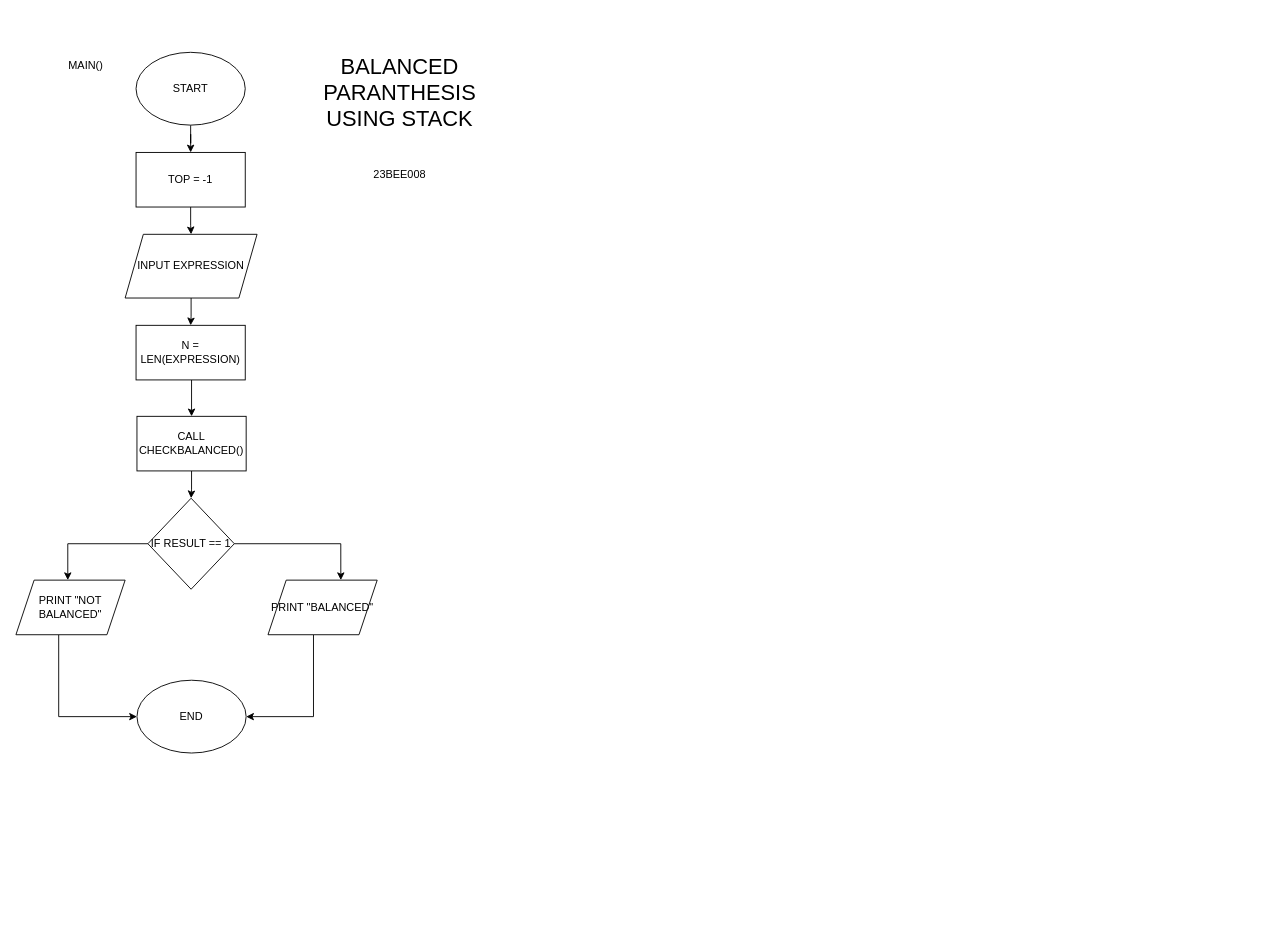
Before: BALANCED_PARANTHESIS.drawio in ahamril2265/DSA-LABS, a draw.io diagram. Source tidied: cells renumbered, new cells numbered last; positions are measured from the earlier drawing's top-left corner, leaving out a move shared by most shapes. Both pictures are drawn from the tidied source at 91%, with x=0, y=0 at pixel (15, 52).
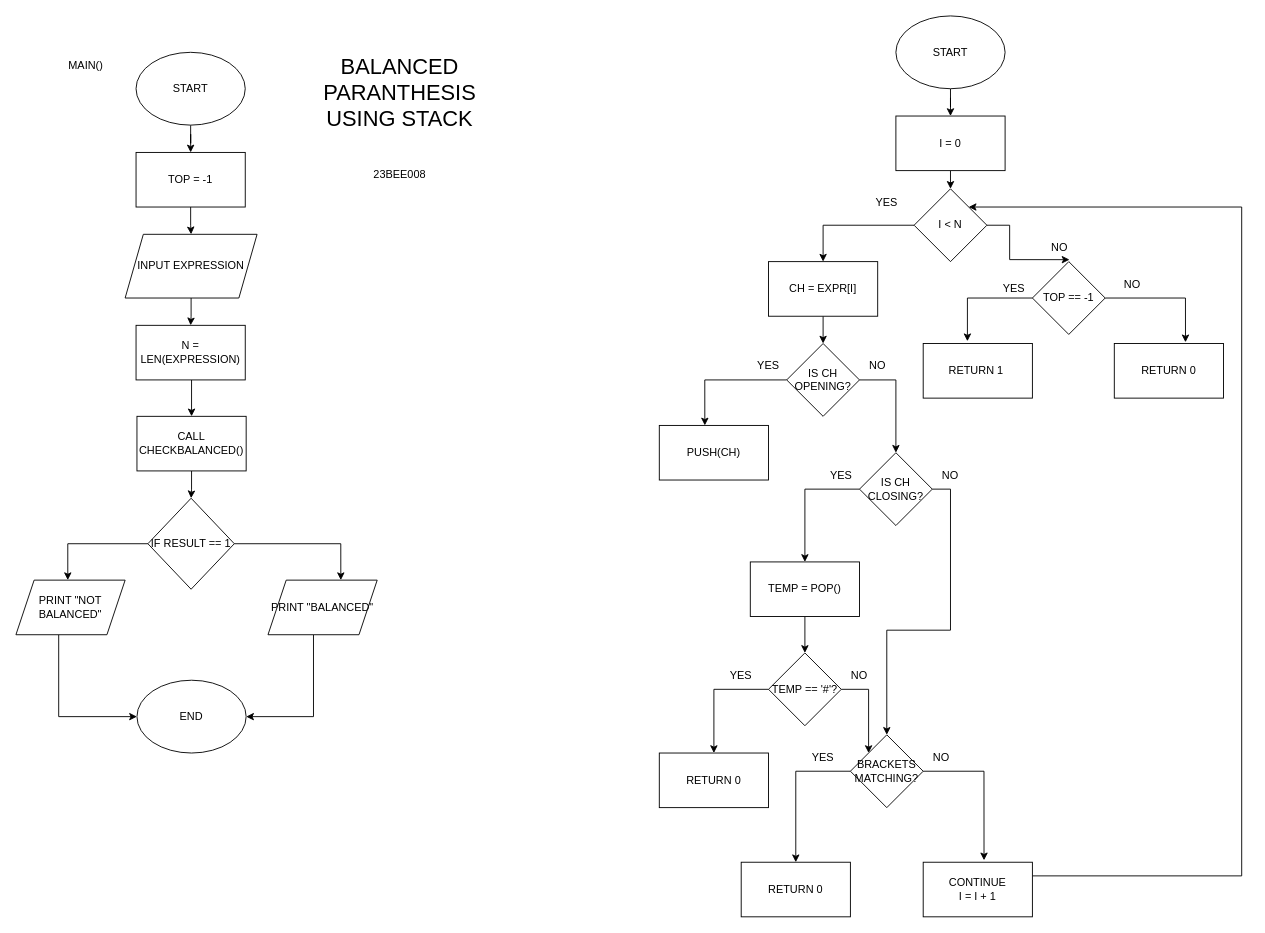
Above is the later version.

The change refers to these unchanged cells:
```xml
<mxCell id="5" value="TOP = -1" style="rounded=0;whiteSpace=wrap;html=1;" parent="1" vertex="1">
  <mxGeometry x="132" y="110" width="120" height="60" as="geometry" />
</mxCell>
```

What changed in the source:
```diff
@@
-    <mxCell id="2" style="edgeStyle=orthogonalEdgeStyle;rounded=0;jettySize=auto;html=1;entryX=0.5;entryY=0;entryDx=0;entryDy=0;" parent="1" edge="1" source="3" target="5">
-      <mxGeometry relative="1" as="geometry" />
-    </mxCell>
-    <mxCell id="3" value="START" style="ellipse;whiteSpace=wrap;html=1;" parent="1" vertex="1">
-      <mxGeometry x="132" width="120" height="80" as="geometry" />
-    </mxCell>
+    <mxCell id="23" style="edgeStyle=orthogonalEdgeStyle;rounded=0;jettySize=auto;html=1;entryX=0.5;entryY=0;entryDx=0;entryDy=0;" parent="1" edge="1" source="24" target="5">
+      <mxGeometry relative="1" as="geometry" />
+    </mxCell>
+    <mxCell id="24" value="START" style="ellipse;whiteSpace=wrap;html=1;" parent="1" vertex="1">
+      <mxGeometry x="132" width="120" height="80" as="geometry" />
+    </mxCell>
@@
+    <mxCell id="25" style="edgeStyle=orthogonalEdgeStyle;rounded=0;jettySize=auto;html=1;entryX=0.5;entryY=0;entryDx=0;entryDy=0;" parent="1" edge="1" source="26" target="28">
+      <mxGeometry relative="1" as="geometry" />
+    </mxCell>
+    <mxCell id="26" value="START" style="ellipse;whiteSpace=wrap;html=1;" parent="1" vertex="1">
+      <mxGeometry x="967" y="-40" width="120" height="80" as="geometry" />
+    </mxCell>
+    <mxCell id="27" style="edgeStyle=orthogonalEdgeStyle;rounded=0;jettySize=auto;html=1;exitX=0.5;exitY=1;exitDx=0;exitDy=0;entryX=0.5;entryY=0;entryDx=0;entryDy=0;" parent="1" edge="1" source="28" target="30">
+      <mxGeometry relative="1" as="geometry" />
+    </mxCell>
+    <mxCell id="28" value="I = 0" style="rounded=0;whiteSpace=wrap;html=1;" parent="1" vertex="1">
+      <mxGeometry x="967" y="70" width="120" height="60" as="geometry" />
+    </mxCell>
+    <mxCell id="29" style="edgeStyle=orthogonalEdgeStyle;rounded=0;jettySize=auto;html=1;exitX=0;exitY=0.5;exitDx=0;exitDy=0;entryX=0.5;entryY=0;entryDx=0;entryDy=0;" parent="1" edge="1" source="30" target="35">
+      <mxGeometry relative="1" as="geometry" />
+    </mxCell>
+    <mxCell id="30" value="I &amp;lt; N" style="rhombus;whiteSpace=wrap;html=1;" parent="1" vertex="1">
+      <mxGeometry x="987" y="150" width="80" height="80" as="geometry" />
+    </mxCell>
+    <mxCell id="31" value="TOP == -1" style="rhombus;whiteSpace=wrap;html=1;" parent="1" vertex="1">
+      <mxGeometry x="1117" y="230" width="80" height="80" as="geometry" />
+    </mxCell>
+    <mxCell id="32" value="RETURN 0" style="rounded=0;whiteSpace=wrap;html=1;" parent="1" vertex="1">
+      <mxGeometry x="1207" y="320" width="120" height="60" as="geometry" />
+    </mxCell>
+    <mxCell id="33" value="RETURN 1&amp;nbsp;" style="rounded=0;whiteSpace=wrap;html=1;" parent="1" vertex="1">
+      <mxGeometry x="997" y="320" width="120" height="60" as="geometry" />
+    </mxCell>
+    <mxCell id="34" style="edgeStyle=orthogonalEdgeStyle;rounded=0;jettySize=auto;html=1;exitX=0.5;exitY=1;exitDx=0;exitDy=0;entryX=0.5;entryY=0;entryDx=0;entryDy=0;" parent="1" edge="1" source="35" target="37">
+      <mxGeometry relative="1" as="geometry" />
+    </mxCell>
+    <mxCell id="35" value="CH = EXPR[I]" style="rounded=0;whiteSpace=wrap;html=1;" parent="1" vertex="1">
+      <mxGeometry x="827" y="230" width="120" height="60" as="geometry" />
+    </mxCell>
+    <mxCell id="36" style="edgeStyle=orthogonalEdgeStyle;rounded=0;jettySize=auto;html=1;exitX=1;exitY=0.5;exitDx=0;exitDy=0;" parent="1" edge="1" source="37" target="41">
+      <mxGeometry relative="1" as="geometry" />
+    </mxCell>
+    <mxCell id="37" value="IS CH OPENING?" style="rhombus;whiteSpace=wrap;html=1;" parent="1" vertex="1">
+      <mxGeometry x="847" y="320" width="80" height="80" as="geometry" />
+    </mxCell>
+    <mxCell id="38" value="PUSH(CH)" style="rounded=0;whiteSpace=wrap;html=1;" parent="1" vertex="1">
+      <mxGeometry x="707" y="410" width="120" height="60" as="geometry" />
+    </mxCell>
+    <mxCell id="39" style="edgeStyle=orthogonalEdgeStyle;rounded=0;jettySize=auto;html=1;exitX=0;exitY=0.5;exitDx=0;exitDy=0;entryX=0.5;entryY=0;entryDx=0;entryDy=0;" parent="1" edge="1" source="41" target="43">
+      <mxGeometry relative="1" as="geometry" />
+    </mxCell>
+    <mxCell id="40" style="edgeStyle=orthogonalEdgeStyle;rounded=0;jettySize=auto;html=1;exitX=1;exitY=0.5;exitDx=0;exitDy=0;" parent="1" edge="1" source="41" target="49">
+      <mxGeometry relative="1" as="geometry" />
+    </mxCell>
+    <mxCell id="41" value="IS CH CLOSING?" style="rhombus;whiteSpace=wrap;html=1;" parent="1" vertex="1">
+      <mxGeometry x="927" y="440" width="80" height="80" as="geometry" />
+    </mxCell>
+    <mxCell id="42" style="edgeStyle=orthogonalEdgeStyle;rounded=0;jettySize=auto;html=1;exitX=0.5;exitY=1;exitDx=0;exitDy=0;entryX=0.5;entryY=0;entryDx=0;entryDy=0;" parent="1" edge="1" source="43" target="46">
+      <mxGeometry relative="1" as="geometry" />
+    </mxCell>
+    <mxCell id="43" value="TEMP = POP()" style="rounded=0;whiteSpace=wrap;html=1;" parent="1" vertex="1">
+      <mxGeometry x="807" y="560" width="120" height="60" as="geometry" />
+    </mxCell>
+    <mxCell id="44" style="edgeStyle=orthogonalEdgeStyle;rounded=0;jettySize=auto;html=1;exitX=1;exitY=0.5;exitDx=0;exitDy=0;entryX=0;entryY=0;entryDx=0;entryDy=0;" parent="1" edge="1" source="46" target="49">
+      <mxGeometry relative="1" as="geometry" />
+    </mxCell>
+    <mxCell id="45" style="edgeStyle=orthogonalEdgeStyle;rounded=0;jettySize=auto;html=1;exitX=0;exitY=0.5;exitDx=0;exitDy=0;entryX=0.5;entryY=0;entryDx=0;entryDy=0;" parent="1" edge="1" source="46" target="47">
+      <mxGeometry relative="1" as="geometry" />
+    </mxCell>
+    <mxCell id="46" value="TEMP == '#'?" style="rhombus;whiteSpace=wrap;html=1;" parent="1" vertex="1">
+      <mxGeometry x="827" y="660" width="80" height="80" as="geometry" />
+    </mxCell>
+    <mxCell id="47" value="RETURN 0" style="rounded=0;whiteSpace=wrap;html=1;" parent="1" vertex="1">
+      <mxGeometry x="707" y="770" width="120" height="60" as="geometry" />
+    </mxCell>
+    <mxCell id="48" style="edgeStyle=orthogonalEdgeStyle;rounded=0;jettySize=auto;html=1;exitX=0;exitY=0.5;exitDx=0;exitDy=0;entryX=0.5;entryY=0;entryDx=0;entryDy=0;" parent="1" edge="1" source="49" target="50">
+      <mxGeometry relative="1" as="geometry" />
+    </mxCell>
+    <mxCell id="49" value="BRACKETS MATCHING?" style="rhombus;whiteSpace=wrap;html=1;" parent="1" vertex="1">
+      <mxGeometry x="917" y="750" width="80" height="80" as="geometry" />
+    </mxCell>
+    <mxCell id="50" value="RETURN 0" style="rounded=0;whiteSpace=wrap;html=1;" parent="1" vertex="1">
+      <mxGeometry x="797" y="890" width="120" height="60" as="geometry" />
+    </mxCell>
+    <mxCell id="51" style="edgeStyle=orthogonalEdgeStyle;rounded=0;jettySize=auto;html=1;exitX=1;exitY=0.25;exitDx=0;exitDy=0;entryX=1;entryY=0;entryDx=0;entryDy=0;" parent="1" edge="1" source="52" target="30">
+      <mxGeometry relative="1" as="geometry">
+        <Array as="points">
+          <mxPoint x="1347" y="905" />
+          <mxPoint x="1347" y="170" />
+        </Array>
+      </mxGeometry>
+    </mxCell>
+    <mxCell id="52" value="CONTINUE&lt;div&gt;I = I + 1&lt;/div&gt;" style="rounded=0;whiteSpace=wrap;html=1;" parent="1" vertex="1">
+      <mxGeometry x="997" y="890" width="120" height="60" as="geometry" />
+    </mxCell>
+    <mxCell id="53" style="edgeStyle=orthogonalEdgeStyle;rounded=0;jettySize=auto;html=1;exitX=1;exitY=0.5;exitDx=0;exitDy=0;entryX=0.51;entryY=-0.027;entryDx=0;entryDy=0;entryPerimeter=0;" parent="1" edge="1" source="30" target="31">
+      <mxGeometry relative="1" as="geometry" />
+    </mxCell>
+    <mxCell id="54" style="edgeStyle=orthogonalEdgeStyle;rounded=0;jettySize=auto;html=1;exitX=0;exitY=0.5;exitDx=0;exitDy=0;entryX=0.405;entryY=-0.042;entryDx=0;entryDy=0;entryPerimeter=0;" parent="1" edge="1" source="31" target="33">
+      <mxGeometry relative="1" as="geometry" />
+    </mxCell>
+    <mxCell id="55" style="edgeStyle=orthogonalEdgeStyle;rounded=0;jettySize=auto;html=1;exitX=1;exitY=0.5;exitDx=0;exitDy=0;entryX=0.652;entryY=-0.023;entryDx=0;entryDy=0;entryPerimeter=0;" parent="1" edge="1" source="31" target="32">
+      <mxGeometry relative="1" as="geometry" />
+    </mxCell>
+    <mxCell id="56" style="edgeStyle=orthogonalEdgeStyle;rounded=0;jettySize=auto;html=1;exitX=0;exitY=0.5;exitDx=0;exitDy=0;entryX=0.417;entryY=0;entryDx=0;entryDy=0;entryPerimeter=0;" parent="1" edge="1" source="37" target="38">
+      <mxGeometry relative="1" as="geometry" />
+    </mxCell>
+    <mxCell id="57" style="edgeStyle=orthogonalEdgeStyle;rounded=0;jettySize=auto;html=1;exitX=1;exitY=0.5;exitDx=0;exitDy=0;entryX=0.557;entryY=-0.035;entryDx=0;entryDy=0;entryPerimeter=0;" parent="1" edge="1" source="49" target="52">
+      <mxGeometry relative="1" as="geometry" />
+    </mxCell>
+    <mxCell id="58" value="YES" style="text;html=1;whiteSpace=wrap;strokeColor=none;fillColor=none;align=center;verticalAlign=middle;rounded=0;" parent="1" vertex="1">
+      <mxGeometry x="927" y="150" width="60" height="30" as="geometry" />
+    </mxCell>
+    <mxCell id="59" value="NO" style="text;html=1;whiteSpace=wrap;strokeColor=none;fillColor=none;align=center;verticalAlign=middle;rounded=0;" parent="1" vertex="1">
+      <mxGeometry x="1117" y="200" width="60" height="30" as="geometry" />
+    </mxCell>
+    <mxCell id="60" value="YES" style="text;html=1;whiteSpace=wrap;strokeColor=none;fillColor=none;align=center;verticalAlign=middle;rounded=0;" parent="1" vertex="1">
+      <mxGeometry x="1067" y="245" width="60" height="30" as="geometry" />
+    </mxCell>
+    <mxCell id="61" value="YES" style="text;html=1;whiteSpace=wrap;strokeColor=none;fillColor=none;align=center;verticalAlign=middle;rounded=0;" parent="1" vertex="1">
+      <mxGeometry x="797" y="330" width="60" height="30" as="geometry" />
+    </mxCell>
+    <mxCell id="62" value="YES" style="text;html=1;whiteSpace=wrap;strokeColor=none;fillColor=none;align=center;verticalAlign=middle;rounded=0;" parent="1" vertex="1">
+      <mxGeometry x="877" y="450" width="60" height="30" as="geometry" />
+    </mxCell>
+    <mxCell id="63" value="YES" style="text;html=1;whiteSpace=wrap;strokeColor=none;fillColor=none;align=center;verticalAlign=middle;rounded=0;" parent="1" vertex="1">
+      <mxGeometry x="767" y="670" width="60" height="30" as="geometry" />
+    </mxCell>
+    <mxCell id="64" value="YES" style="text;html=1;whiteSpace=wrap;strokeColor=none;fillColor=none;align=center;verticalAlign=middle;rounded=0;" parent="1" vertex="1">
+      <mxGeometry x="857" y="760" width="60" height="30" as="geometry" />
+    </mxCell>
+    <mxCell id="65" value="NO" style="text;html=1;whiteSpace=wrap;strokeColor=none;fillColor=none;align=center;verticalAlign=middle;rounded=0;" parent="1" vertex="1">
+      <mxGeometry x="1197" y="240" width="60" height="30" as="geometry" />
+    </mxCell>
+    <mxCell id="66" value="NO" style="text;html=1;whiteSpace=wrap;strokeColor=none;fillColor=none;align=center;verticalAlign=middle;rounded=0;" parent="1" vertex="1">
+      <mxGeometry x="917" y="330" width="60" height="30" as="geometry" />
+    </mxCell>
+    <mxCell id="67" value="NO" style="text;html=1;whiteSpace=wrap;strokeColor=none;fillColor=none;align=center;verticalAlign=middle;rounded=0;" parent="1" vertex="1">
+      <mxGeometry x="997" y="450" width="60" height="30" as="geometry" />
+    </mxCell>
+    <mxCell id="68" value="NO" style="text;html=1;whiteSpace=wrap;strokeColor=none;fillColor=none;align=center;verticalAlign=middle;rounded=0;" parent="1" vertex="1">
+      <mxGeometry x="987" y="760" width="60" height="30" as="geometry" />
+    </mxCell>
+    <mxCell id="69" value="NO" style="text;html=1;whiteSpace=wrap;strokeColor=none;fillColor=none;align=center;verticalAlign=middle;rounded=0;" parent="1" vertex="1">
+      <mxGeometry x="897" y="670" width="60" height="30" as="geometry" />
+    </mxCell>
```
